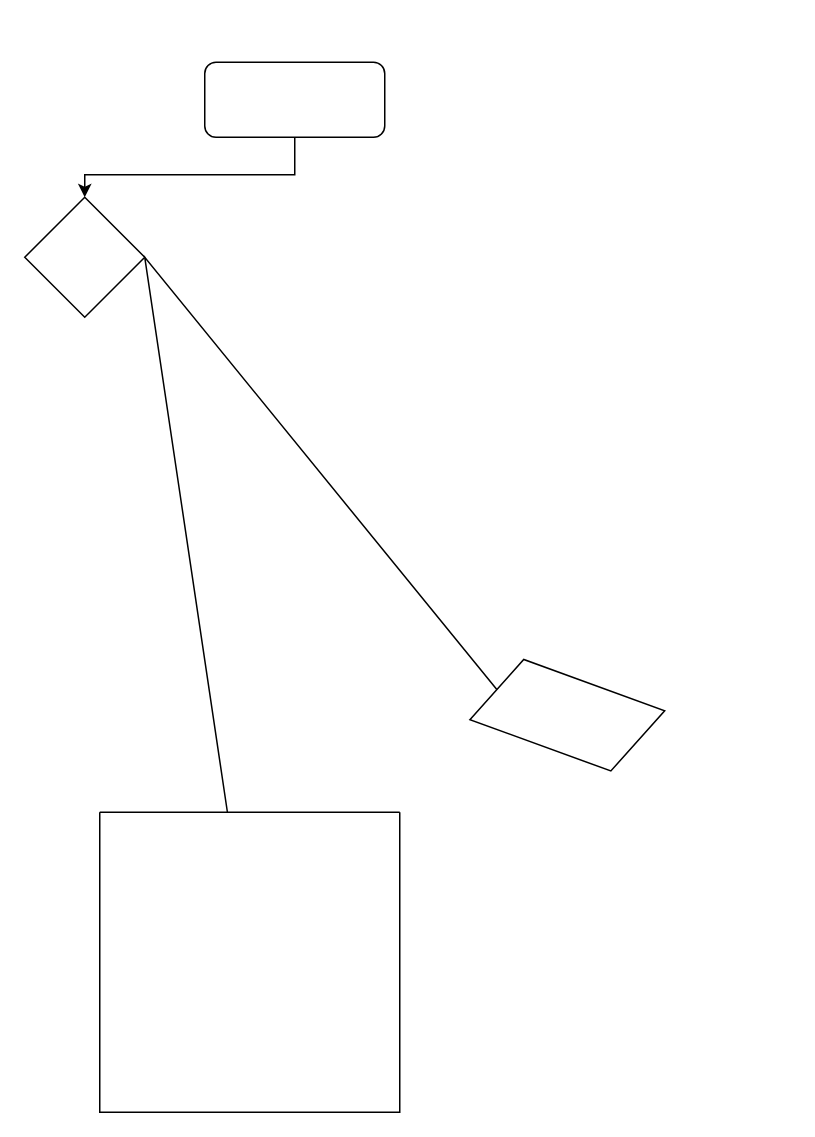
Before: Testing123.drawio in martinju/diagrams, a draw.io diagram. Source tidied: cells renumbered, new cells numbered last; positions are measured from the earlier drawing's top-left corner, leaving out a move shared by most shapes. Both pictures are drawn from the tidied source at 150%, with x=0, y=0 at pixel (24, 62).
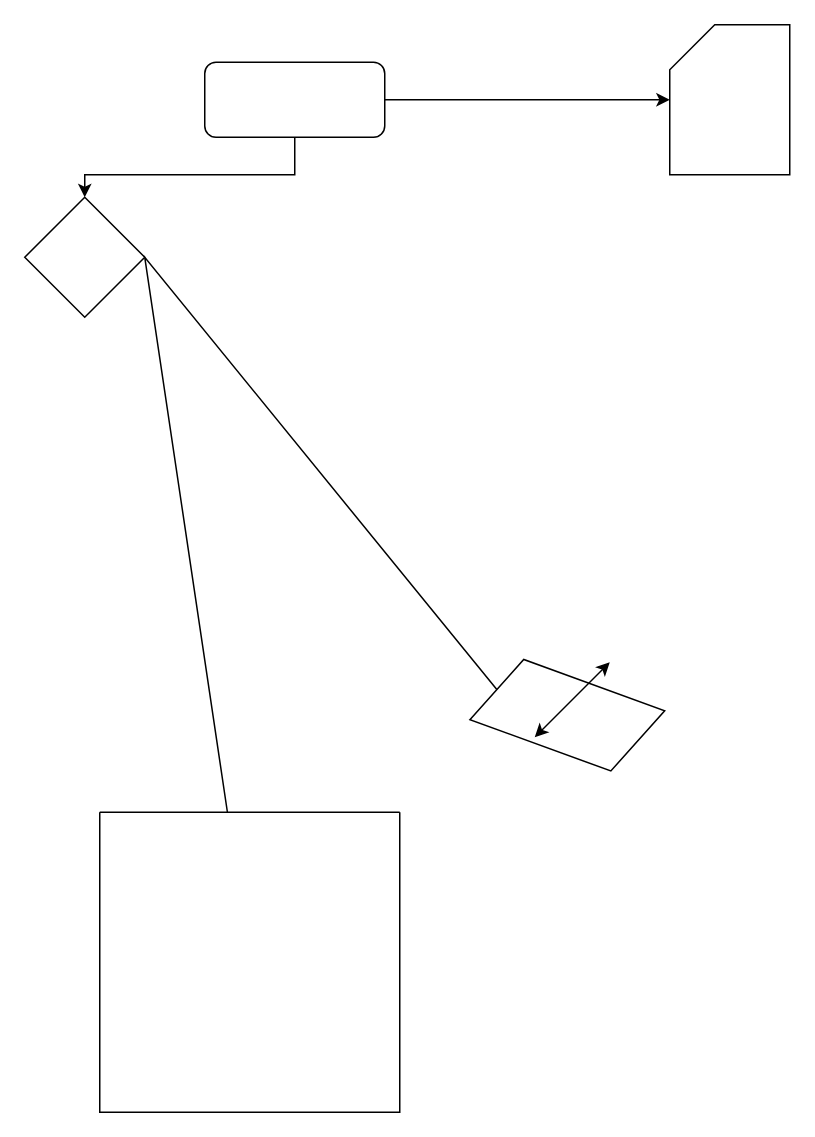
After the change.

Change to the diagram source:
```diff
@@
 <mxGraphModel>
   <root>
     <mxCell id="0" />
     <mxCell id="1" parent="0" />
     <mxCell id="2" style="edgeStyle=orthogonalEdgeStyle;rounded=0;jettySize=auto;html=1;" parent="1" edge="1" source="3" target="4">
       <mxGeometry relative="1" as="geometry">
         <Array as="points">
           <mxPoint x="180" y="75" />
           <mxPoint x="40" y="75" />
         </Array>
       </mxGeometry>
     </mxCell>
+    <mxCell id="8" style="edgeStyle=orthogonalEdgeStyle;rounded=0;jettySize=auto;html=1;exitX=1;exitY=0.5;exitDx=0;exitDy=0;" parent="1" edge="1" source="3" target="10">
+      <mxGeometry relative="1" as="geometry" />
+    </mxCell>
     <mxCell id="3" style="rounded=1;whiteSpace=wrap;html=1;" parent="1" vertex="1">
       <mxGeometry x="120" width="120" height="50" as="geometry" />
     </mxCell>
     <mxCell id="4" style="rhombus;whiteSpace=wrap;html=1;" parent="1" vertex="1">
       <mxGeometry y="90" width="80" height="80" as="geometry" />
     </mxCell>
     <mxCell id="5" style="endArrow=none;html=1;rounded=0;exitX=0;exitY=0.5;exitDx=0;exitDy=0;" parent="1" edge="1" source="7" target="6">
       <mxGeometry relative="1" as="geometry">
         <Array as="points">
           <mxPoint x="80" y="130" />
         </Array>
       </mxGeometry>
     </mxCell>
     <mxCell id="6" style="swimlane;startSize=0;" parent="1" vertex="1">
       <mxGeometry x="50" y="500" width="200" height="200" as="geometry" />
     </mxCell>
     <mxCell id="7" style="shape=parallelogram;perimeter=parallelogramPerimeter;whiteSpace=wrap;html=1;fixedSize=1;rotation=20;" parent="1" vertex="1">
       <mxGeometry x="301.7" y="410.3" width="120" height="50" as="geometry" />
     </mxCell>
+    <mxCell id="9" style="endArrow=classic;startArrow=classic;html=1;rounded=0;" parent="1" edge="1">
+      <mxGeometry relative="1" as="geometry">
+        <mxPoint x="340" y="450" as="sourcePoint" />
+        <mxPoint x="390" y="400" as="targetPoint" />
+      </mxGeometry>
+    </mxCell>
+    <mxCell id="10" style="shape=card;whiteSpace=wrap;html=1;" parent="1" vertex="1">
+      <mxGeometry x="430" y="-25" width="80" height="100" as="geometry" />
+    </mxCell>
   </root>
 </mxGraphModel>
```
